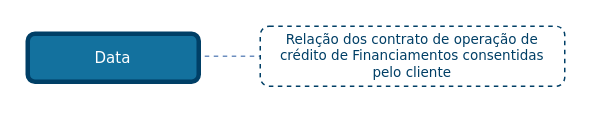
The draw.io diagram draw_io_diagrams/financings/TLD_Financings_List.drawio in OpenBanking-Brasil/areadesenvolvedor, before the edit. Source tidied: cells renumbered, new cells numbered last; positions are measured from the earlier drawing's top-left corner, leaving out a move shared by most shapes. Both pictures are drawn from the tidied source at 150%, with x=0, y=0 at pixel (27, 26).
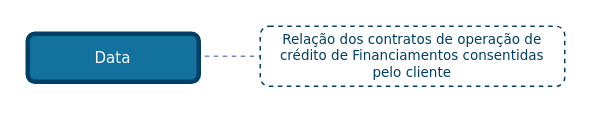
The same diagram, later.

The edit, as a diff of the source:
```diff
@@
 <mxGraphModel>
   <root>
     <mxCell id="0" />
     <mxCell id="1" parent="0" />
     <mxCell id="2" style="edgeStyle=none;rounded=1;jettySize=auto;html=1;entryX=0;entryY=0.5;entryDx=0;entryDy=0;dashed=1;endArrow=none;endFill=0;endSize=6;strokeColor=#6C8EBF;" parent="1" edge="1" target="3">
       <mxGeometry relative="1" as="geometry">
         <mxPoint x="118" y="20" as="sourcePoint" />
       </mxGeometry>
     </mxCell>
-    <mxCell id="3" value="&lt;font style=&quot;font-size: 9px&quot;&gt;Relação dos contrato de operação de crédito de Financiamentos consentidas pelo cliente&lt;/font&gt;" style="rounded=1;whiteSpace=wrap;html=1;shadow=0;comic=0;strokeColor=#003F66;strokeWidth=1;fillColor=#ffffff;fontFamily=Verdana;fontSize=9;fontColor=#003F66;dashed=1;spacingLeft=5;spacing=0;spacingRight=5;spacingBottom=5;spacingTop=5;align=center;verticalAlign=middle;gradientColor=#ffffff;" parent="1" vertex="1">
+    <mxCell id="3" value="&lt;font style=&quot;font-size: 9px&quot;&gt;Relação dos contratos de operação de crédito de Financiamentos consentidas pelo cliente&lt;/font&gt;" style="rounded=1;whiteSpace=wrap;html=1;shadow=0;comic=0;strokeColor=#003F66;strokeWidth=1;fillColor=#ffffff;fontFamily=Verdana;fontSize=9;fontColor=#003F66;dashed=1;spacingLeft=5;spacing=0;spacingRight=5;spacingBottom=5;spacingTop=5;align=center;verticalAlign=middle;gradientColor=#ffffff;" parent="1" vertex="1">
       <mxGeometry x="155" width="203" height="40" as="geometry" />
     </mxCell>
     <mxCell id="4" value="Data" style="rounded=1;whiteSpace=wrap;html=1;comic=0;shadow=0;backgroundOutline=0;fixDash=0;strokeWidth=3;fontFamily=Verdana;fontStyle=0;labelBackgroundColor=none;labelBorderColor=none;fontSize=10;fillColor=#13719E;strokeColor=#003F66;fontColor=#ffffff;" parent="1" vertex="1">
       <mxGeometry y="5" width="114" height="32" as="geometry" />
     </mxCell>
   </root>
 </mxGraphModel>
```
